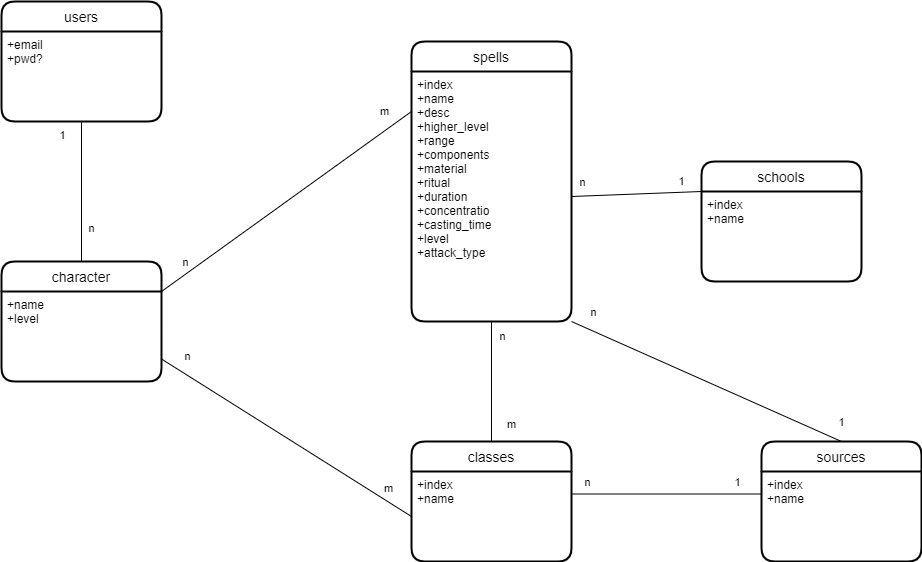
Jan-DHBW/Web-App-Engineering keeps this draw.io diagram as NOSQL_db_concept.drawio.png. Above is the earlier version. Source tidied: cells renumbered, new cells last; positions are measured from the earlier drawing's top-left corner, leaving out a move shared by most shapes. The source it was exported from:
```xml
<mxGraphModel>
  <root>
    <mxCell id="0" />
    <mxCell id="1" parent="0" />
    <mxCell id="2" style="endArrow=none;html=1;rounded=0;fontColor=default;strokeColor=default;labelBackgroundColor=default;exitX=0.5;exitY=0;exitDx=0;exitDy=0;entryX=0.5;entryY=1;entryDx=0;entryDy=0;" parent="1" edge="1" source="16" target="15">
      <mxGeometry relative="1" as="geometry" />
    </mxCell>
    <mxCell id="3" value="1" style="edgeLabel;html=1;align=center;verticalAlign=middle;fontColor=default;labelBackgroundColor=default;" parent="2" vertex="1">
      <mxGeometry x="0.38" y="2" relative="1" as="geometry">
        <mxPoint x="-18" y="-30" as="offset" />
      </mxGeometry>
    </mxCell>
    <mxCell id="4" value="n" style="edgeLabel;html=1;align=center;verticalAlign=middle;fontColor=default;labelBackgroundColor=default;" parent="2" vertex="1">
      <mxGeometry x="-0.72" y="3" relative="1" as="geometry">
        <mxPoint x="12" y="-14" as="offset" />
      </mxGeometry>
    </mxCell>
    <mxCell id="5" style="endArrow=none;html=1;rounded=0;labelBackgroundColor=default;fontColor=default;strokeColor=default;exitX=1;exitY=0.25;exitDx=0;exitDy=0;entryX=0;entryY=0.25;entryDx=0;entryDy=0;" parent="1" edge="1" source="16" target="18">
      <mxGeometry relative="1" as="geometry" />
    </mxCell>
    <mxCell id="6" value="n" style="edgeLabel;html=1;align=center;verticalAlign=middle;fontColor=default;labelBackgroundColor=default;" parent="5" vertex="1">
      <mxGeometry x="-0.86" y="2" relative="1" as="geometry">
        <mxPoint x="7" y="-15" as="offset" />
      </mxGeometry>
    </mxCell>
    <mxCell id="7" value="m" style="edgeLabel;html=1;align=center;verticalAlign=middle;fontColor=default;labelBackgroundColor=default;" parent="5" vertex="1">
      <mxGeometry x="0.86" y="-1" relative="1" as="geometry">
        <mxPoint x="-11" y="-14" as="offset" />
      </mxGeometry>
    </mxCell>
    <mxCell id="8" style="endArrow=none;html=1;rounded=0;labelBackgroundColor=default;fontColor=default;strokeColor=default;entryX=1;entryY=0.75;entryDx=0;entryDy=0;exitX=0;exitY=0.5;exitDx=0;exitDy=0;" parent="1" edge="1" source="26" target="17">
      <mxGeometry relative="1" as="geometry" />
    </mxCell>
    <mxCell id="9" value="n" style="edgeLabel;html=1;align=center;verticalAlign=middle;fontColor=default;labelBackgroundColor=default;" parent="8" vertex="1">
      <mxGeometry x="0.8" y="-1" relative="1" as="geometry">
        <mxPoint y="-18" as="offset" />
      </mxGeometry>
    </mxCell>
    <mxCell id="10" value="m" style="edgeLabel;html=1;align=center;verticalAlign=middle;fontColor=default;labelBackgroundColor=default;" parent="8" vertex="1">
      <mxGeometry x="-0.74" y="1" relative="1" as="geometry">
        <mxPoint x="9" y="-9" as="offset" />
      </mxGeometry>
    </mxCell>
    <mxCell id="11" style="endArrow=none;html=1;rounded=0;labelBackgroundColor=default;fontColor=default;strokeColor=default;entryX=0.5;entryY=1;entryDx=0;entryDy=0;exitX=0.5;exitY=0;exitDx=0;exitDy=0;" parent="1" edge="1" source="25" target="19">
      <mxGeometry relative="1" as="geometry" />
    </mxCell>
    <mxCell id="12" value="n" style="edgeLabel;html=1;align=center;verticalAlign=middle;fontColor=default;labelBackgroundColor=default;" parent="11" vertex="1">
      <mxGeometry x="0.77" y="-1" relative="1" as="geometry">
        <mxPoint x="9" as="offset" />
      </mxGeometry>
    </mxCell>
    <mxCell id="13" value="m" style="edgeLabel;html=1;align=center;verticalAlign=middle;fontColor=default;labelBackgroundColor=default;" parent="11" vertex="1">
      <mxGeometry x="-0.77" y="-1" relative="1" as="geometry">
        <mxPoint x="18" y="-4" as="offset" />
      </mxGeometry>
    </mxCell>
    <mxCell id="14" value="users" style="swimlane;horizontal=1;startSize=30;rounded=1;fontSize=14;fontStyle=0;strokeWidth=2;shadow=0;dashed=0;align=center;labelBackgroundColor=default;fontColor=default;fillColor=default;strokeColor=default;" parent="1" vertex="1">
      <mxGeometry width="160" height="120" as="geometry" />
    </mxCell>
    <mxCell id="15" value="+email&#10;+pwd?" style="align=left;strokeColor=none;fillColor=none;spacingLeft=4;fontSize=12;verticalAlign=top;labelBackgroundColor=default;fontColor=default;" parent="14" vertex="1">
      <mxGeometry y="30" width="160" height="90" as="geometry" />
    </mxCell>
    <mxCell id="16" value="character" style="swimlane;horizontal=1;startSize=30;rounded=1;fontSize=14;fontStyle=0;strokeWidth=2;shadow=0;dashed=0;align=center;labelBackgroundColor=default;fontColor=default;fillColor=default;strokeColor=default;" parent="1" vertex="1">
      <mxGeometry y="260" width="160" height="120" as="geometry" />
    </mxCell>
    <mxCell id="17" value="+name&#10;+level&#10;" style="align=left;strokeColor=none;fillColor=none;spacingLeft=4;fontSize=12;verticalAlign=top;labelBackgroundColor=default;fontColor=default;" parent="16" vertex="1">
      <mxGeometry y="30" width="160" height="90" as="geometry" />
    </mxCell>
    <mxCell id="18" value="spells" style="swimlane;horizontal=1;startSize=30;rounded=1;fontSize=14;fontStyle=0;strokeWidth=2;shadow=0;dashed=0;align=center;labelBackgroundColor=default;fontColor=default;fillColor=default;strokeColor=default;" parent="1" vertex="1">
      <mxGeometry x="410" y="40" width="160" height="280" as="geometry" />
    </mxCell>
    <mxCell id="19" value="+index&#10;+name&#10;+desc&#10;+higher_level&#10;+range&#10;+components&#10;+material&#10;+ritual&#10;+duration&#10;+concentratio&#10;+casting_time&#10;+level&#10;+attack_type" style="align=left;strokeColor=none;fillColor=none;spacingLeft=4;fontSize=12;verticalAlign=top;labelBackgroundColor=default;fontColor=default;" parent="18" vertex="1">
      <mxGeometry y="30" width="160" height="250" as="geometry" />
    </mxCell>
    <mxCell id="20" value="schools" style="swimlane;horizontal=1;startSize=30;rounded=1;fontSize=14;fontStyle=0;strokeWidth=2;shadow=0;dashed=0;align=center;labelBackgroundColor=default;fontColor=default;fillColor=default;strokeColor=default;" parent="1" vertex="1">
      <mxGeometry x="700" y="160" width="160" height="120" as="geometry" />
    </mxCell>
    <mxCell id="21" value="+index&#10;+name" style="align=left;strokeColor=none;fillColor=none;spacingLeft=4;fontSize=12;verticalAlign=top;labelBackgroundColor=default;fontColor=default;" parent="20" vertex="1">
      <mxGeometry y="30" width="160" height="90" as="geometry" />
    </mxCell>
    <mxCell id="22" style="endArrow=none;html=1;rounded=0;labelBackgroundColor=default;fontColor=default;strokeColor=default;entryX=0;entryY=0;entryDx=0;entryDy=0;exitX=1;exitY=0.5;exitDx=0;exitDy=0;" parent="1" edge="1" source="19" target="21">
      <mxGeometry relative="1" as="geometry" />
    </mxCell>
    <mxCell id="23" value="n" style="edgeLabel;html=1;align=center;verticalAlign=middle;fontColor=default;labelBackgroundColor=default;" parent="22" vertex="1">
      <mxGeometry x="-0.65" y="-2" relative="1" as="geometry">
        <mxPoint x="-13" y="-16" as="offset" />
      </mxGeometry>
    </mxCell>
    <mxCell id="24" value="1" style="edgeLabel;html=1;align=center;verticalAlign=middle;fontColor=default;labelBackgroundColor=default;" parent="22" vertex="1">
      <mxGeometry x="0.69" y="3" relative="1" as="geometry">
        <mxPoint y="-8" as="offset" />
      </mxGeometry>
    </mxCell>
    <mxCell id="25" value="classes" style="swimlane;horizontal=1;startSize=30;rounded=1;fontSize=14;fontStyle=0;strokeWidth=2;shadow=0;dashed=0;align=center;labelBackgroundColor=default;fontColor=default;fillColor=default;strokeColor=default;" parent="1" vertex="1">
      <mxGeometry x="410" y="440" width="160" height="120" as="geometry" />
    </mxCell>
    <mxCell id="26" value="+index&#10;+name" style="align=left;strokeColor=none;fillColor=none;spacingLeft=4;fontSize=12;verticalAlign=top;labelBackgroundColor=default;fontColor=default;" parent="25" vertex="1">
      <mxGeometry y="30" width="160" height="90" as="geometry" />
    </mxCell>
    <mxCell id="27" value="sources" style="swimlane;horizontal=1;startSize=30;rounded=1;fontSize=14;fontStyle=0;strokeWidth=2;shadow=0;dashed=0;align=center;labelBackgroundColor=default;fontColor=default;fillColor=default;strokeColor=default;" parent="1" vertex="1">
      <mxGeometry x="760" y="440" width="160" height="120" as="geometry" />
    </mxCell>
    <mxCell id="28" value="+index&#10;+name" style="align=left;strokeColor=none;fillColor=none;spacingLeft=4;fontSize=12;verticalAlign=top;labelBackgroundColor=default;fontColor=default;" parent="27" vertex="1">
      <mxGeometry y="30" width="160" height="90" as="geometry" />
    </mxCell>
    <mxCell id="29" style="endArrow=none;html=1;rounded=0;labelBackgroundColor=default;fontColor=default;strokeColor=default;entryX=1;entryY=1;entryDx=0;entryDy=0;exitX=0.5;exitY=0;exitDx=0;exitDy=0;" parent="1" edge="1" source="27" target="19">
      <mxGeometry relative="1" as="geometry" />
    </mxCell>
    <mxCell id="30" value="n" style="edgeLabel;html=1;align=center;verticalAlign=middle;fontColor=default;labelBackgroundColor=default;" parent="29" vertex="1">
      <mxGeometry x="0.84" y="1" relative="1" as="geometry">
        <mxPoint y="-20" as="offset" />
      </mxGeometry>
    </mxCell>
    <mxCell id="31" value="1" style="edgeLabel;html=1;align=center;verticalAlign=middle;fontColor=default;labelBackgroundColor=default;" parent="29" vertex="1">
      <mxGeometry x="-0.84" y="-2" relative="1" as="geometry">
        <mxPoint x="21" y="-8" as="offset" />
      </mxGeometry>
    </mxCell>
    <mxCell id="32" style="endArrow=none;html=1;rounded=0;labelBackgroundColor=default;fontColor=default;strokeColor=default;entryX=0;entryY=0.25;entryDx=0;entryDy=0;exitX=1;exitY=0.25;exitDx=0;exitDy=0;" parent="1" edge="1" source="26" target="28">
      <mxGeometry relative="1" as="geometry" />
    </mxCell>
    <mxCell id="33" value="n" style="edgeLabel;html=1;align=center;verticalAlign=middle;fontColor=default;labelBackgroundColor=default;" parent="32" vertex="1">
      <mxGeometry x="-0.84" y="1" relative="1" as="geometry">
        <mxPoint y="-11" as="offset" />
      </mxGeometry>
    </mxCell>
    <mxCell id="34" value="1" style="edgeLabel;html=1;align=center;verticalAlign=middle;fontColor=default;labelBackgroundColor=default;" parent="32" vertex="1">
      <mxGeometry x="0.74" y="1" relative="1" as="geometry">
        <mxPoint y="-11" as="offset" />
      </mxGeometry>
    </mxCell>
  </root>
</mxGraphModel>
```
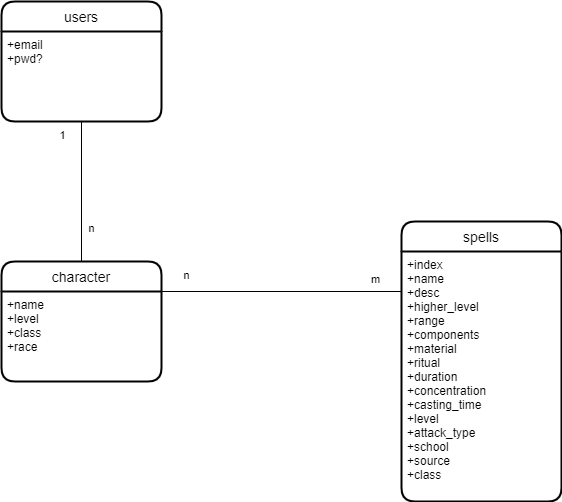
Above is the later version.

Commit message:
anpassung DB concept

What changed in the source:
```diff
@@ -28,32 +28,6 @@
         <mxPoint x="-11" y="-14" as="offset" />
       </mxGeometry>
     </mxCell>
-    <mxCell id="8" style="endArrow=none;html=1;rounded=0;labelBackgroundColor=default;fontColor=default;strokeColor=default;entryX=1;entryY=0.75;entryDx=0;entryDy=0;exitX=0;exitY=0.5;exitDx=0;exitDy=0;" parent="1" edge="1" source="26" target="17">
-      <mxGeometry relative="1" as="geometry" />
-    </mxCell>
-    <mxCell id="9" value="n" style="edgeLabel;html=1;align=center;verticalAlign=middle;fontColor=default;labelBackgroundColor=default;" parent="8" vertex="1">
-      <mxGeometry x="0.8" y="-1" relative="1" as="geometry">
-        <mxPoint y="-18" as="offset" />
-      </mxGeometry>
-    </mxCell>
-    <mxCell id="10" value="m" style="edgeLabel;html=1;align=center;verticalAlign=middle;fontColor=default;labelBackgroundColor=default;" parent="8" vertex="1">
-      <mxGeometry x="-0.74" y="1" relative="1" as="geometry">
-        <mxPoint x="9" y="-9" as="offset" />
-      </mxGeometry>
-    </mxCell>
-    <mxCell id="11" style="endArrow=none;html=1;rounded=0;labelBackgroundColor=default;fontColor=default;strokeColor=default;entryX=0.5;entryY=1;entryDx=0;entryDy=0;exitX=0.5;exitY=0;exitDx=0;exitDy=0;" parent="1" edge="1" source="25" target="19">
-      <mxGeometry relative="1" as="geometry" />
-    </mxCell>
-    <mxCell id="12" value="n" style="edgeLabel;html=1;align=center;verticalAlign=middle;fontColor=default;labelBackgroundColor=default;" parent="11" vertex="1">
-      <mxGeometry x="0.77" y="-1" relative="1" as="geometry">
-        <mxPoint x="9" as="offset" />
-      </mxGeometry>
-    </mxCell>
-    <mxCell id="13" value="m" style="edgeLabel;html=1;align=center;verticalAlign=middle;fontColor=default;labelBackgroundColor=default;" parent="11" vertex="1">
-      <mxGeometry x="-0.77" y="-1" relative="1" as="geometry">
-        <mxPoint x="18" y="-4" as="offset" />
-      </mxGeometry>
-    </mxCell>
     <mxCell id="14" value="users" style="swimlane;horizontal=1;startSize=30;rounded=1;fontSize=14;fontStyle=0;strokeWidth=2;shadow=0;dashed=0;align=center;labelBackgroundColor=default;fontColor=default;fillColor=default;strokeColor=default;" parent="1" vertex="1">
       <mxGeometry width="160" height="120" as="geometry" />
     </mxCell>
@@ -63,71 +37,14 @@
     <mxCell id="16" value="character" style="swimlane;horizontal=1;startSize=30;rounded=1;fontSize=14;fontStyle=0;strokeWidth=2;shadow=0;dashed=0;align=center;labelBackgroundColor=default;fontColor=default;fillColor=default;strokeColor=default;" parent="1" vertex="1">
       <mxGeometry y="260" width="160" height="120" as="geometry" />
     </mxCell>
-    <mxCell id="17" value="+name&#10;+level&#10;" style="align=left;strokeColor=none;fillColor=none;spacingLeft=4;fontSize=12;verticalAlign=top;labelBackgroundColor=default;fontColor=default;" parent="16" vertex="1">
+    <mxCell id="17" value="+name&#10;+level&#10;+class&#10;+race&#10;" style="align=left;strokeColor=none;fillColor=none;spacingLeft=4;fontSize=12;verticalAlign=top;labelBackgroundColor=default;fontColor=default;" parent="16" vertex="1">
       <mxGeometry y="30" width="160" height="90" as="geometry" />
     </mxCell>
     <mxCell id="18" value="spells" style="swimlane;horizontal=1;startSize=30;rounded=1;fontSize=14;fontStyle=0;strokeWidth=2;shadow=0;dashed=0;align=center;labelBackgroundColor=default;fontColor=default;fillColor=default;strokeColor=default;" parent="1" vertex="1">
-      <mxGeometry x="410" y="40" width="160" height="280" as="geometry" />
+      <mxGeometry x="400" y="220" width="160" height="280" as="geometry" />
     </mxCell>
-    <mxCell id="19" value="+index&#10;+name&#10;+desc&#10;+higher_level&#10;+range&#10;+components&#10;+material&#10;+ritual&#10;+duration&#10;+concentratio&#10;+casting_time&#10;+level&#10;+attack_type" style="align=left;strokeColor=none;fillColor=none;spacingLeft=4;fontSize=12;verticalAlign=top;labelBackgroundColor=default;fontColor=default;" parent="18" vertex="1">
+    <mxCell id="19" value="+index&#10;+name&#10;+desc&#10;+higher_level&#10;+range&#10;+components&#10;+material&#10;+ritual&#10;+duration&#10;+concentration&#10;+casting_time&#10;+level&#10;+attack_type&#10;+school&#10;+source&#10;+class" style="align=left;strokeColor=none;fillColor=none;spacingLeft=4;fontSize=12;verticalAlign=top;labelBackgroundColor=default;fontColor=default;" parent="18" vertex="1">
       <mxGeometry y="30" width="160" height="250" as="geometry" />
     </mxCell>
-    <mxCell id="20" value="schools" style="swimlane;horizontal=1;startSize=30;rounded=1;fontSize=14;fontStyle=0;strokeWidth=2;shadow=0;dashed=0;align=center;labelBackgroundColor=default;fontColor=default;fillColor=default;strokeColor=default;" parent="1" vertex="1">
-      <mxGeometry x="700" y="160" width="160" height="120" as="geometry" />
-    </mxCell>
-    <mxCell id="21" value="+index&#10;+name" style="align=left;strokeColor=none;fillColor=none;spacingLeft=4;fontSize=12;verticalAlign=top;labelBackgroundColor=default;fontColor=default;" parent="20" vertex="1">
-      <mxGeometry y="30" width="160" height="90" as="geometry" />
-    </mxCell>
-    <mxCell id="22" style="endArrow=none;html=1;rounded=0;labelBackgroundColor=default;fontColor=default;strokeColor=default;entryX=0;entryY=0;entryDx=0;entryDy=0;exitX=1;exitY=0.5;exitDx=0;exitDy=0;" parent="1" edge="1" source="19" target="21">
-      <mxGeometry relative="1" as="geometry" />
-    </mxCell>
-    <mxCell id="23" value="n" style="edgeLabel;html=1;align=center;verticalAlign=middle;fontColor=default;labelBackgroundColor=default;" parent="22" vertex="1">
-      <mxGeometry x="-0.65" y="-2" relative="1" as="geometry">
-        <mxPoint x="-13" y="-16" as="offset" />
-      </mxGeometry>
-    </mxCell>
-    <mxCell id="24" value="1" style="edgeLabel;html=1;align=center;verticalAlign=middle;fontColor=default;labelBackgroundColor=default;" parent="22" vertex="1">
-      <mxGeometry x="0.69" y="3" relative="1" as="geometry">
-        <mxPoint y="-8" as="offset" />
-      </mxGeometry>
-    </mxCell>
-    <mxCell id="25" value="classes" style="swimlane;horizontal=1;startSize=30;rounded=1;fontSize=14;fontStyle=0;strokeWidth=2;shadow=0;dashed=0;align=center;labelBackgroundColor=default;fontColor=default;fillColor=default;strokeColor=default;" parent="1" vertex="1">
-      <mxGeometry x="410" y="440" width="160" height="120" as="geometry" />
-    </mxCell>
-    <mxCell id="26" value="+index&#10;+name" style="align=left;strokeColor=none;fillColor=none;spacingLeft=4;fontSize=12;verticalAlign=top;labelBackgroundColor=default;fontColor=default;" parent="25" vertex="1">
-      <mxGeometry y="30" width="160" height="90" as="geometry" />
-    </mxCell>
-    <mxCell id="27" value="sources" style="swimlane;horizontal=1;startSize=30;rounded=1;fontSize=14;fontStyle=0;strokeWidth=2;shadow=0;dashed=0;align=center;labelBackgroundColor=default;fontColor=default;fillColor=default;strokeColor=default;" parent="1" vertex="1">
-      <mxGeometry x="760" y="440" width="160" height="120" as="geometry" />
-    </mxCell>
-    <mxCell id="28" value="+index&#10;+name" style="align=left;strokeColor=none;fillColor=none;spacingLeft=4;fontSize=12;verticalAlign=top;labelBackgroundColor=default;fontColor=default;" parent="27" vertex="1">
-      <mxGeometry y="30" width="160" height="90" as="geometry" />
-    </mxCell>
-    <mxCell id="29" style="endArrow=none;html=1;rounded=0;labelBackgroundColor=default;fontColor=default;strokeColor=default;entryX=1;entryY=1;entryDx=0;entryDy=0;exitX=0.5;exitY=0;exitDx=0;exitDy=0;" parent="1" edge="1" source="27" target="19">
-      <mxGeometry relative="1" as="geometry" />
-    </mxCell>
-    <mxCell id="30" value="n" style="edgeLabel;html=1;align=center;verticalAlign=middle;fontColor=default;labelBackgroundColor=default;" parent="29" vertex="1">
-      <mxGeometry x="0.84" y="1" relative="1" as="geometry">
-        <mxPoint y="-20" as="offset" />
-      </mxGeometry>
-    </mxCell>
-    <mxCell id="31" value="1" style="edgeLabel;html=1;align=center;verticalAlign=middle;fontColor=default;labelBackgroundColor=default;" parent="29" vertex="1">
-      <mxGeometry x="-0.84" y="-2" relative="1" as="geometry">
-        <mxPoint x="21" y="-8" as="offset" />
-      </mxGeometry>
-    </mxCell>
-    <mxCell id="32" style="endArrow=none;html=1;rounded=0;labelBackgroundColor=default;fontColor=default;strokeColor=default;entryX=0;entryY=0.25;entryDx=0;entryDy=0;exitX=1;exitY=0.25;exitDx=0;exitDy=0;" parent="1" edge="1" source="26" target="28">
-      <mxGeometry relative="1" as="geometry" />
-    </mxCell>
-    <mxCell id="33" value="n" style="edgeLabel;html=1;align=center;verticalAlign=middle;fontColor=default;labelBackgroundColor=default;" parent="32" vertex="1">
-      <mxGeometry x="-0.84" y="1" relative="1" as="geometry">
-        <mxPoint y="-11" as="offset" />
-      </mxGeometry>
-    </mxCell>
-    <mxCell id="34" value="1" style="edgeLabel;html=1;align=center;verticalAlign=middle;fontColor=default;labelBackgroundColor=default;" parent="32" vertex="1">
-      <mxGeometry x="0.74" y="1" relative="1" as="geometry">
-        <mxPoint y="-11" as="offset" />
-      </mxGeometry>
-    </mxCell>
   </root>
 </mxGraphModel>
```
